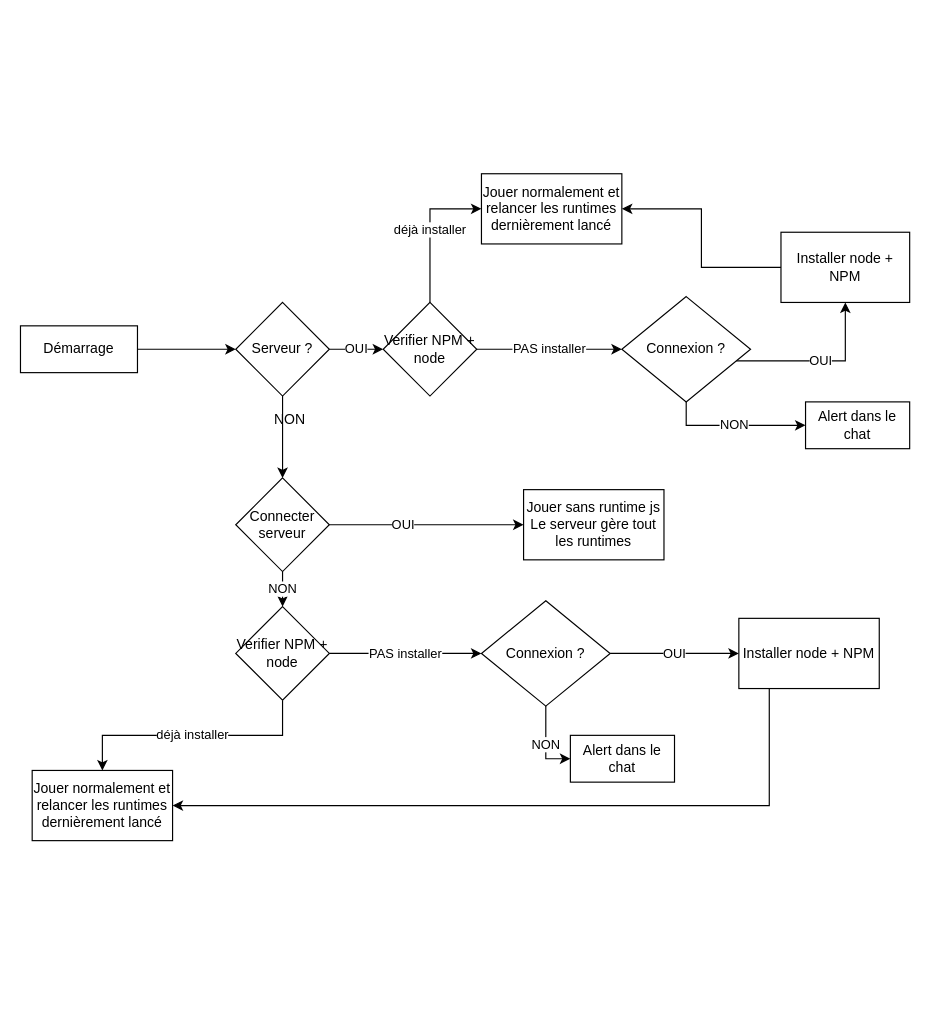
mycomputerjs/Schema keeps this draw.io diagram as brainstorming/mon idée.drawio. Above is the earlier version. Source tidied: cells renumbered, new cells numbered last; positions are measured from the earlier drawing's top-left corner, leaving out a move shared by most shapes. Both pictures are drawn from the tidied source at 117%, with x=0, y=0 at pixel (20, 173).
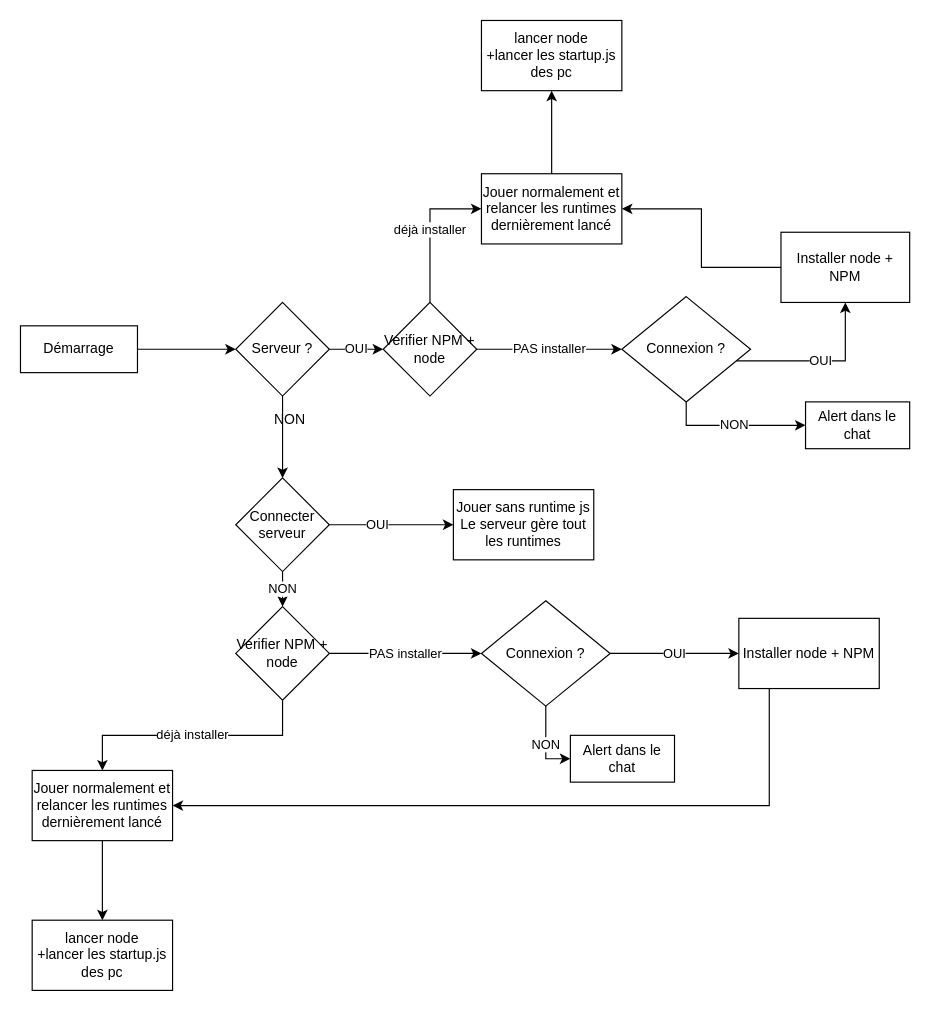
Above is the later version.

Commit message:
Mettre à jour mon idée.drawio

The change refers to these unchanged cells:
```xml
<mxCell id="21" value="Jouer normalement et relancer les runtimes dernièrement lancé" style="rounded=0;whiteSpace=wrap;html=1;" parent="1" vertex="1">
  <mxGeometry x="10" y="510" width="120" height="60" as="geometry" />
</mxCell>
<mxCell id="29" value="Jouer normalement et relancer les runtimes dernièrement lancé" style="rounded=0;whiteSpace=wrap;html=1;" parent="1" vertex="1">
  <mxGeometry x="394" width="120" height="60" as="geometry" />
</mxCell>
```

Change to the diagram source:
```diff
@@
     <mxCell id="19" value="Jouer sans runtime js&lt;br&gt;Le serveur gère tout les runtimes" style="rounded=0;whiteSpace=wrap;html=1;" parent="1" vertex="1">
-      <mxGeometry x="430" y="270" width="120" height="60" as="geometry" />
+      <mxGeometry x="370" y="270" width="120" height="60" as="geometry" />
     </mxCell>
@@
+    <mxCell id="33" style="edgeStyle=orthogonalEdgeStyle;rounded=0;jettySize=auto;html=1;entryX=0.5;entryY=0;entryDx=0;entryDy=0;" parent="1" edge="1" source="21" target="36">
+      <mxGeometry relative="1" as="geometry" />
+    </mxCell>
@@
+    <mxCell id="34" style="edgeStyle=orthogonalEdgeStyle;rounded=0;jettySize=auto;html=1;entryX=0.5;entryY=1;entryDx=0;entryDy=0;" parent="1" edge="1" source="29" target="35">
+      <mxGeometry relative="1" as="geometry" />
+    </mxCell>
@@
+    <mxCell id="35" value="lancer node&lt;br&gt;+lancer les startup.js&lt;br&gt;des pc" style="rounded=0;whiteSpace=wrap;html=1;" parent="1" vertex="1">
+      <mxGeometry x="394" y="-131" width="120" height="60" as="geometry" />
+    </mxCell>
+    <mxCell id="36" value="lancer node&lt;br&gt;+lancer les startup.js&lt;br&gt;des pc" style="rounded=0;whiteSpace=wrap;html=1;" parent="1" vertex="1">
+      <mxGeometry x="10" y="638" width="120" height="60" as="geometry" />
+    </mxCell>
```
